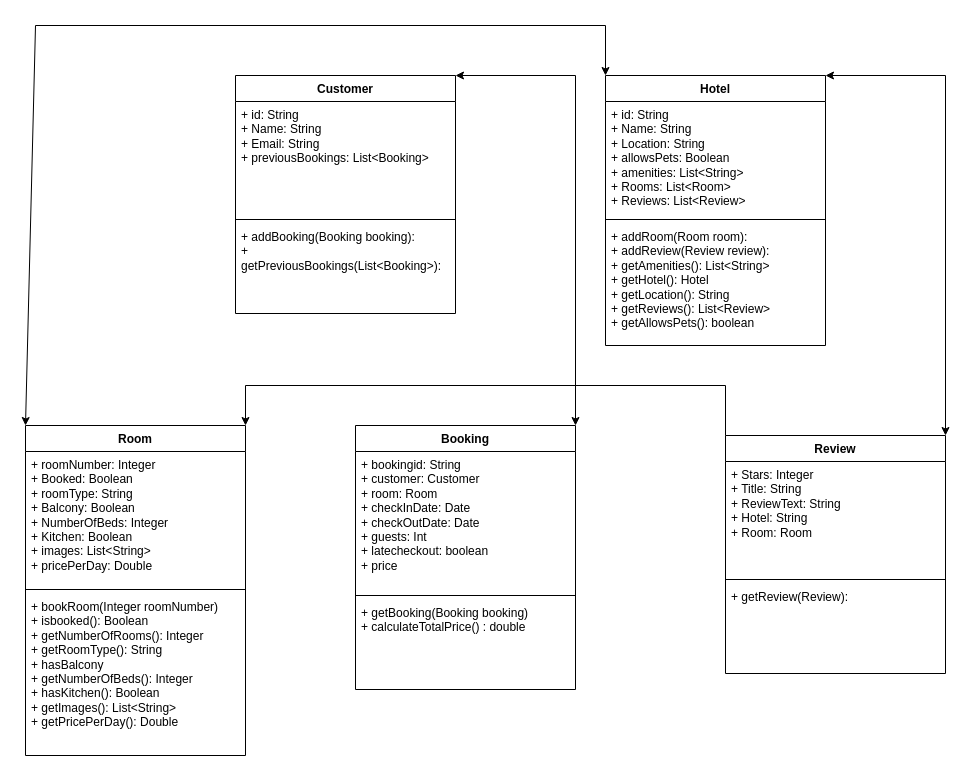
This is V2/Domain module.drawio from rthor997/HBV401G-Throun_hugbunathar, a draw.io file, before an edit. Source tidied: cells renumbered, new cells numbered last; positions are measured from the earlier drawing's top-left corner, leaving out a move shared by most shapes. Both pictures are drawn from the tidied source at 100%, with x=0, y=0 at pixel (25, 25).
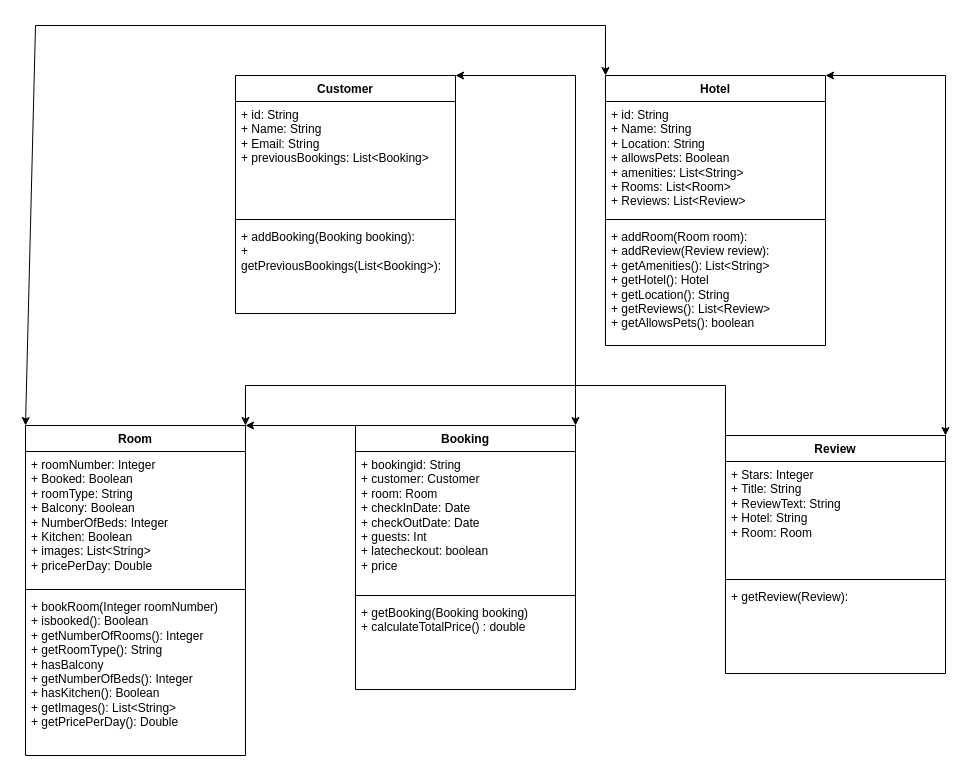
The same page after the edit.

Commit message:
en fleiri örvar

The change refers to these unchanged cells:
```xml
<mxCell id="14" value="Booking" style="swimlane;fontStyle=1;align=center;verticalAlign=top;horizontal=1;startSize=26;whiteSpace=wrap;html=1;" parent="1" vertex="1">
  <mxGeometry x="330" y="400" width="220" height="264" as="geometry" />
</mxCell>
<mxCell id="18" value="Room" style="swimlane;fontStyle=1;align=center;verticalAlign=top;horizontal=1;startSize=26;whiteSpace=wrap;html=1;" parent="1" vertex="1">
  <mxGeometry y="400" width="220" height="330" as="geometry" />
</mxCell>
```

What changed in the source:
```diff
@@
+    <mxCell id="26" style="endArrow=classic;html=1;rounded=0;exitX=0;exitY=0;exitDx=0;exitDy=0;entryX=1;entryY=0;entryDx=0;entryDy=0;" parent="1" edge="1" source="14" target="18">
+      <mxGeometry relative="1" as="geometry" />
+    </mxCell>
```
